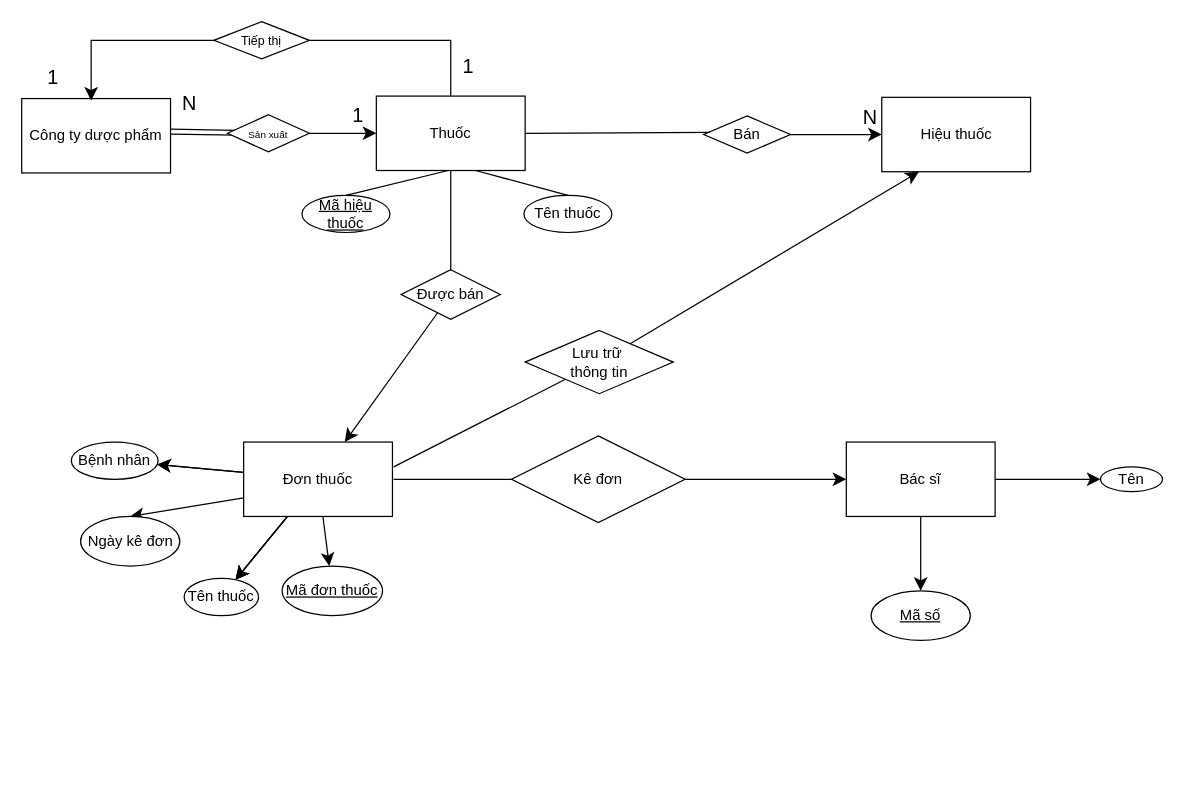
Earlier version of the draw.io diagram BÀI TẬP THIẾT KẾ SƠ ĐỒ ER.drawio (nqminh11605/hine16.github.io). Source tidied: cells renumbered, new cells numbered last; positions are measured from the earlier drawing's top-left corner, leaving out a move shared by most shapes. Both pictures are drawn from the tidied source at 124%, with x=0, y=0 at pixel (21, 21).
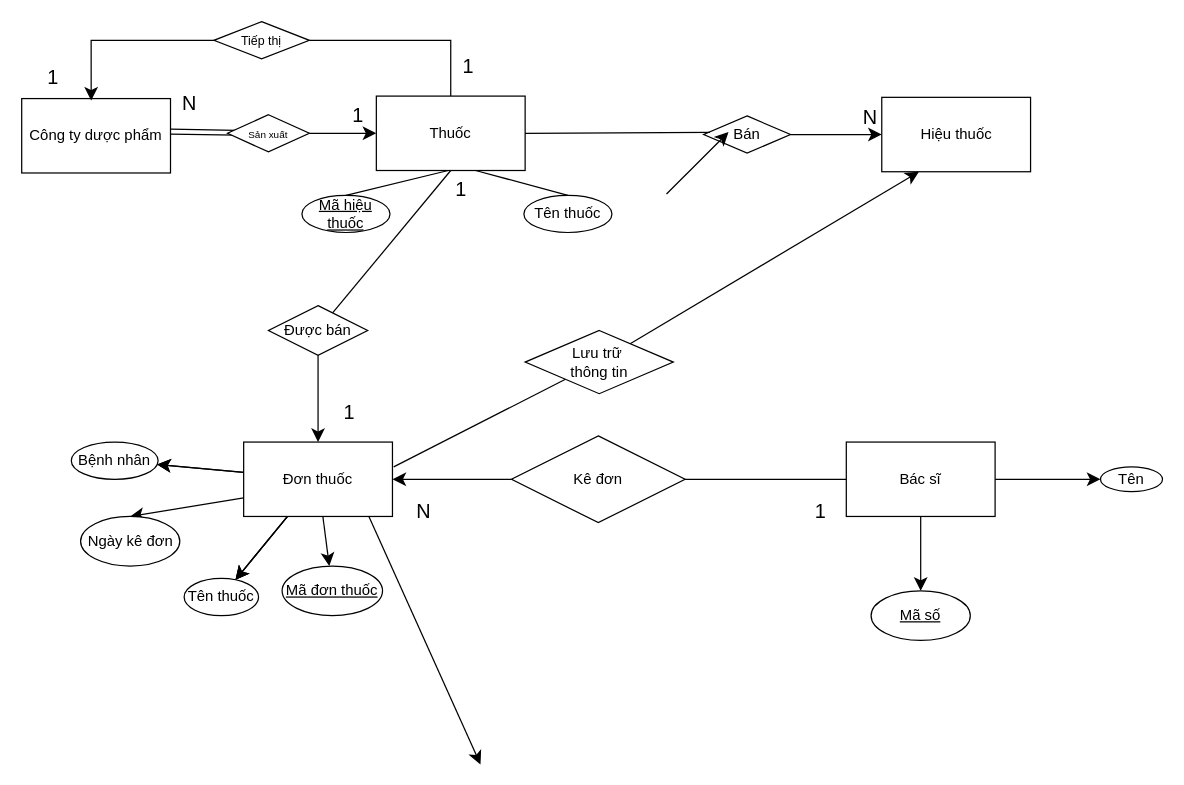
The same diagram, later.

Commit message:
Cập nhật BÀI TẬP THIẾT KẾ SƠ ĐỒ ER.drawio

Unchanged cells that the change refers to:
```xml
<mxCell id="33" value="Đơn thuốc" style="whiteSpace=wrap;html=1;" parent="1" vertex="1">
  <mxGeometry x="179" y="339" width="120" height="60" as="geometry" />
</mxCell>
<mxCell id="40" value="Kê đơn" style="rhombus;whiteSpace=wrap;html=1;" parent="1" vertex="1">
  <mxGeometry x="395" y="334" width="140" height="70" as="geometry" />
</mxCell>
<mxCell id="43" value="Bác sĩ" style="whiteSpace=wrap;html=1;" parent="1" vertex="1">
  <mxGeometry x="665" y="339" width="120" height="60" as="geometry" />
</mxCell>
```

Diff of the diagram source:
```diff
@@
     <mxCell id="25" value="Được bán" style="rhombus;whiteSpace=wrap;html=1;" parent="1" vertex="1">
-      <mxGeometry x="306" y="200" width="80" height="40" as="geometry" />
+      <mxGeometry x="199" y="229" width="80" height="40" as="geometry" />
     </mxCell>
@@
-    <mxCell id="38" style="endArrow=none;html=1;rounded=0;fontSize=12;startSize=8;endSize=8;curved=1;" parent="1" edge="1" target="40">
-      <mxGeometry relative="1" as="geometry">
-        <mxPoint x="300" y="369" as="sourcePoint" />
-      </mxGeometry>
+    <mxCell id="38" style="endArrow=none;html=1;rounded=0;fontSize=12;startSize=8;endSize=8;curved=1;entryX=0;entryY=0.5;entryDx=0;entryDy=0;exitX=1;exitY=0.5;exitDx=0;exitDy=0;" parent="1" edge="1" source="40" target="43">
+      <mxGeometry relative="1" as="geometry" />
     </mxCell>
-    <mxCell id="39" style="edgeStyle=none;curved=1;rounded=0;jettySize=auto;html=1;fontSize=12;startSize=8;endSize=8;" parent="1" edge="1" source="40" target="43">
+    <mxCell id="39" style="edgeStyle=none;curved=1;rounded=0;jettySize=auto;html=1;fontSize=12;startSize=8;endSize=8;entryX=1;entryY=0.5;entryDx=0;entryDy=0;" parent="1" edge="1" source="40" target="33">
       <mxGeometry relative="1" as="geometry" />
     </mxCell>
@@
+    <mxCell id="49" value="1" style="text;html=1;align=center;verticalAlign=middle;strokeColor=none;fillColor=none;fontSize=16;" parent="1" vertex="1">
+      <mxGeometry x="339" y="120" width="30" height="30" as="geometry" />
+    </mxCell>
+    <mxCell id="50" value="1" style="text;html=1;align=center;verticalAlign=middle;strokeColor=none;fillColor=none;fontSize=16;" parent="1" vertex="1">
+      <mxGeometry x="249" y="300" width="30" height="30" as="geometry" />
+    </mxCell>
+    <mxCell id="51" value="1" style="text;html=1;align=center;verticalAlign=middle;strokeColor=none;fillColor=none;fontSize=16;" parent="1" vertex="1">
+      <mxGeometry x="629" y="380" width="30" height="30" as="geometry" />
+    </mxCell>
+    <mxCell id="52" value="N" style="text;html=1;align=center;verticalAlign=middle;strokeColor=none;fillColor=none;fontSize=16;" parent="1" vertex="1">
+      <mxGeometry x="304" y="380" width="40" height="30" as="geometry" />
+    </mxCell>
+    <mxCell id="53" style="endArrow=classic;html=1;rounded=0;fontSize=12;startSize=8;endSize=8;curved=1;" parent="1" edge="1">
+      <mxGeometry relative="1" as="geometry">
+        <mxPoint x="520" y="139" as="sourcePoint" />
+        <mxPoint x="570" y="89" as="targetPoint" />
+      </mxGeometry>
+    </mxCell>
+    <mxCell id="54" style="endArrow=classic;html=1;rounded=0;fontSize=12;startSize=8;endSize=8;curved=1;" parent="1" edge="1">
+      <mxGeometry relative="1" as="geometry">
+        <mxPoint x="280" y="399" as="sourcePoint" />
+        <mxPoint x="370" y="599" as="targetPoint" />
+      </mxGeometry>
+    </mxCell>
```
